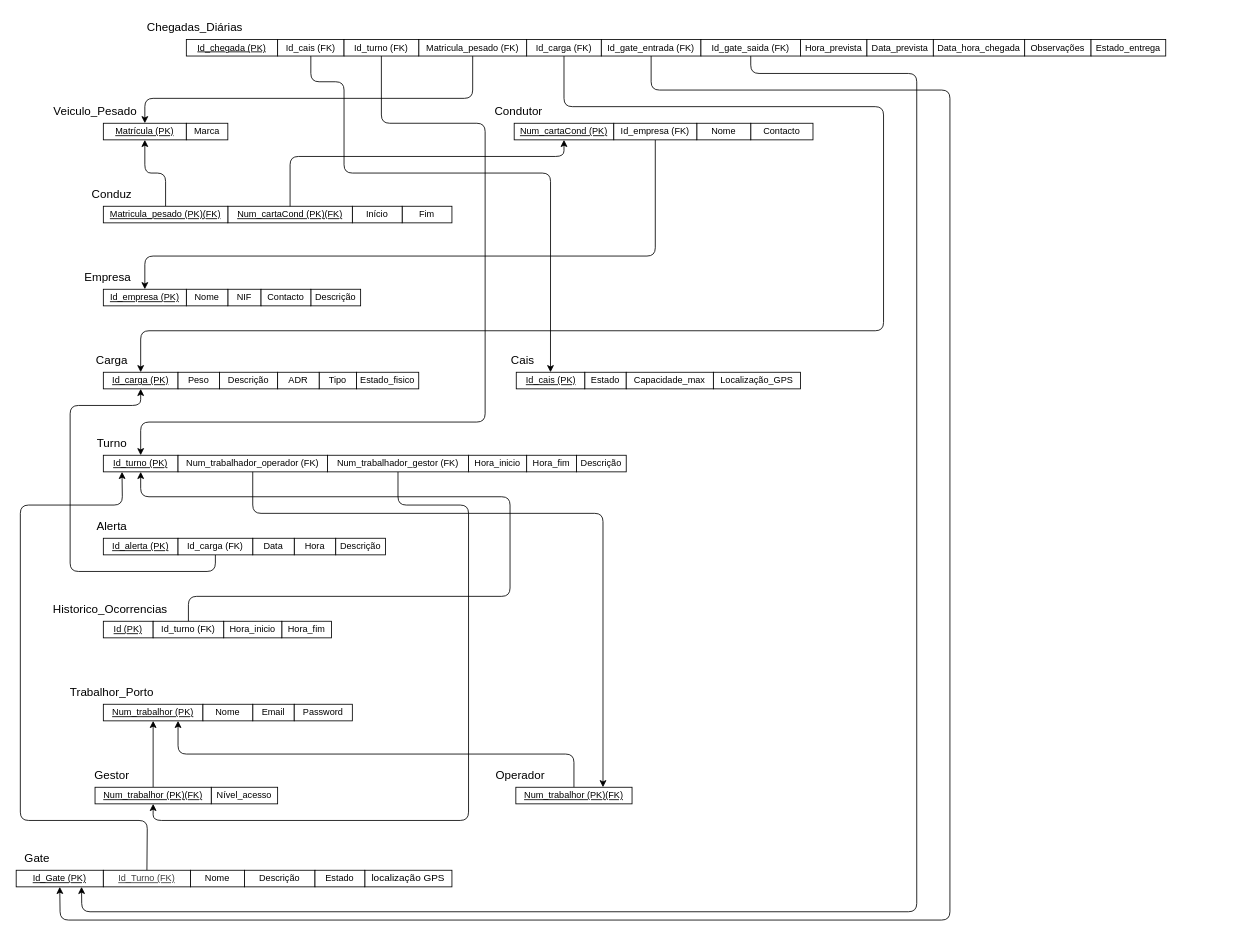
PEI-HAZARDS/IntelligentLogistics keeps this draw.io diagram as docs/BD/Relacional/ER-BD-IntelligentLogistics.drawio. Above is the earlier version. Source tidied: cells renumbered, new cells numbered last; positions are measured from the earlier drawing's top-left corner, leaving out a move shared by most shapes. Both pictures are drawn from the tidied source at 83%, with x=0, y=0 at pixel (16, 14).
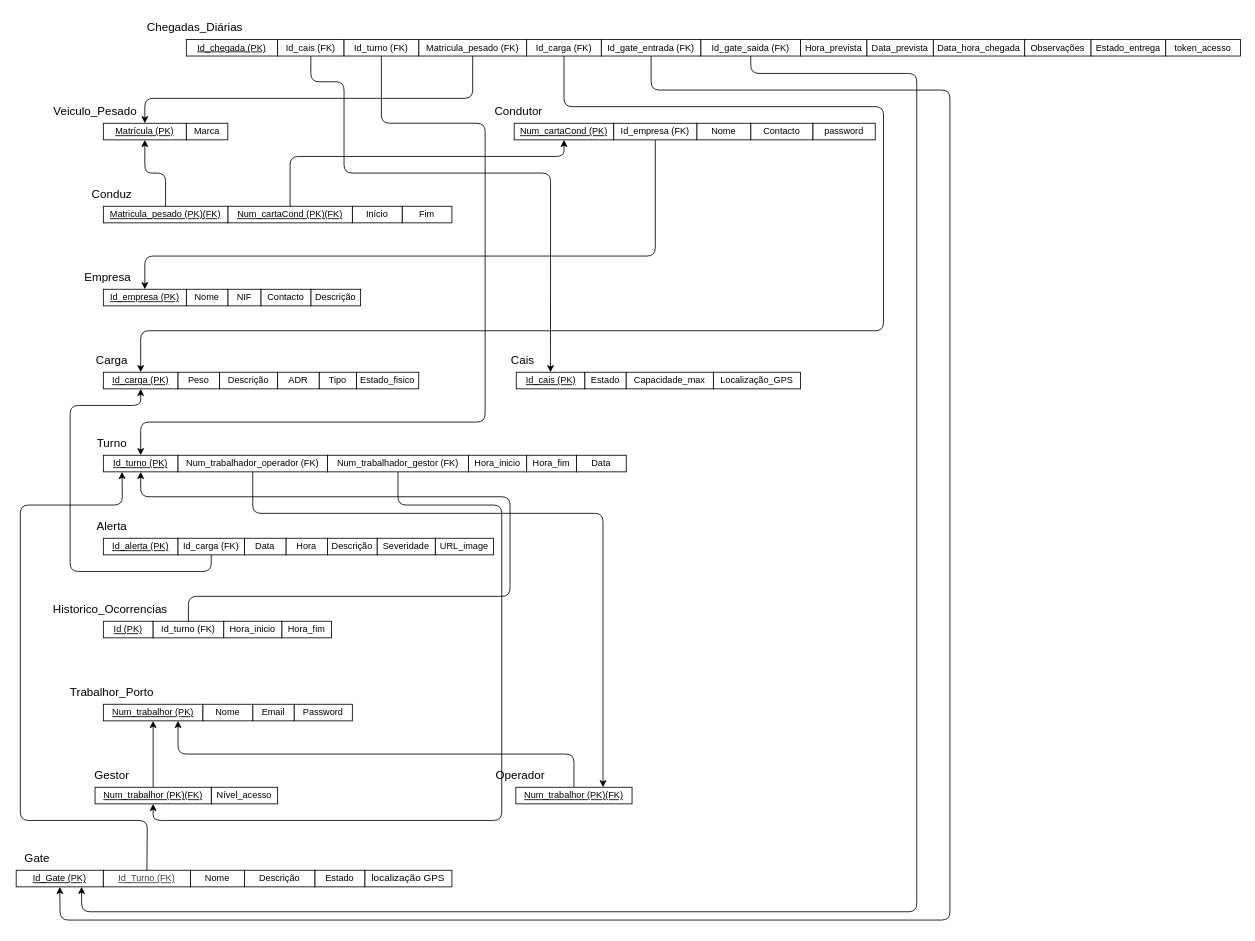
The same page after the edit.

Unchanged cells that the change refers to:
```xml
<mxCell id="19" value="&lt;u&gt;&lt;font style=&quot;font-size: 11px;&quot;&gt;Id_carga (PK)&lt;/font&gt;&lt;/u&gt;" style="rounded=0;whiteSpace=wrap;html=1;" parent="1" vertex="1">
  <mxGeometry x="105" y="431" width="90" height="20" as="geometry" />
</mxCell>
<mxCell id="78" value="&lt;font style=&quot;font-size: 11px;&quot;&gt;Num_trabalhador_gestor (FK)&lt;/font&gt;" style="rounded=0;whiteSpace=wrap;html=1;" parent="1" vertex="1">
  <mxGeometry x="375" y="531" width="170" height="20" as="geometry" />
</mxCell>
<mxCell id="84" value="&lt;font style=&quot;font-size: 11px;&quot;&gt;&lt;u&gt;Num_trabalhor (PK)(FK)&lt;/u&gt;&lt;/font&gt;" style="rounded=0;whiteSpace=wrap;html=1;" parent="1" vertex="1">
  <mxGeometry x="95" y="931" width="140" height="20" as="geometry" />
</mxCell>
```

Change to the diagram source:
```diff
@@
-    <mxCell id="42" value="&lt;font style=&quot;font-size: 11px;&quot;&gt;Descrição&lt;/font&gt;" style="rounded=0;whiteSpace=wrap;html=1;" parent="1" vertex="1">
+    <mxCell id="42" value="&lt;span style=&quot;font-size: 11px;&quot;&gt;Data&lt;/span&gt;" style="rounded=0;whiteSpace=wrap;html=1;" parent="1" vertex="1">
       <mxGeometry x="675" y="531" width="60" height="20" as="geometry" />
     </mxCell>
@@
     <mxCell id="49" value="&lt;font style=&quot;font-size: 11px;&quot;&gt;Hora&lt;/font&gt;" style="rounded=0;whiteSpace=wrap;html=1;" parent="1" vertex="1">
-      <mxGeometry x="335" y="631" width="50" height="20" as="geometry" />
+      <mxGeometry x="325" y="631" width="50" height="20" as="geometry" />
     </mxCell>
     <mxCell id="50" value="&lt;font style=&quot;font-size: 11px;&quot;&gt;Data&lt;/font&gt;" style="rounded=0;whiteSpace=wrap;html=1;" parent="1" vertex="1">
-      <mxGeometry x="285" y="631" width="50" height="20" as="geometry" />
+      <mxGeometry x="275" y="631" width="50" height="20" as="geometry" />
     </mxCell>
@@
     <mxCell id="60" value="&lt;font style=&quot;font-size: 11px;&quot;&gt;Descrição&lt;/font&gt;" style="rounded=0;whiteSpace=wrap;html=1;" parent="1" vertex="1">
-      <mxGeometry x="385" y="631" width="60" height="20" as="geometry" />
+      <mxGeometry x="375" y="631" width="60" height="20" as="geometry" />
     </mxCell>
@@
     <mxCell id="77" style="edgeStyle=orthogonalEdgeStyle;html=1;exitX=0.5;exitY=1;exitDx=0;exitDy=0;entryX=0.5;entryY=1;entryDx=0;entryDy=0;" parent="1" edge="1" source="78" target="84">
       <mxGeometry relative="1" as="geometry">
         <Array as="points">
           <mxPoint x="460" y="591" />
-          <mxPoint x="545" y="591" />
-          <mxPoint x="545" y="971" />
+          <mxPoint x="585" y="591" />
+          <mxPoint x="585" y="971" />
           <mxPoint x="165" y="971" />
         </Array>
       </mxGeometry>
     </mxCell>
@@
     <mxCell id="79" style="edgeStyle=orthogonalEdgeStyle;html=1;exitX=0.5;exitY=1;exitDx=0;exitDy=0;entryX=0.5;entryY=1;entryDx=0;entryDy=0;" parent="1" edge="1" source="80" target="19">
       <mxGeometry relative="1" as="geometry">
         <Array as="points">
-          <mxPoint x="240" y="671" />
+          <mxPoint x="235" y="671" />
           <mxPoint x="65" y="671" />
           <mxPoint x="65" y="471" />
           <mxPoint x="150" y="471" />
         </Array>
       </mxGeometry>
     </mxCell>
     <mxCell id="80" value="&lt;font style=&quot;font-size: 11px;&quot;&gt;Id_carga (FK)&lt;/font&gt;" style="rounded=0;whiteSpace=wrap;html=1;" parent="1" vertex="1">
-      <mxGeometry x="195" y="631" width="90" height="20" as="geometry" />
+      <mxGeometry x="195" y="631" width="80" height="20" as="geometry" />
     </mxCell>
@@
+    <mxCell id="97" value="&lt;font style=&quot;font-size: 11px;&quot;&gt;Severidade&lt;/font&gt;" style="rounded=0;whiteSpace=wrap;html=1;" parent="1" vertex="1">
+      <mxGeometry x="435" y="631" width="70" height="20" as="geometry" />
+    </mxCell>
+    <mxCell id="98" value="&lt;font style=&quot;font-size: 11px;&quot;&gt;URL_image&lt;/font&gt;" style="rounded=0;whiteSpace=wrap;html=1;" parent="1" vertex="1">
+      <mxGeometry x="505" y="631" width="70" height="20" as="geometry" />
+    </mxCell>
+    <mxCell id="99" value="&lt;font style=&quot;font-size: 11px;&quot;&gt;password&lt;/font&gt;" style="rounded=0;whiteSpace=wrap;html=1;" parent="1" vertex="1">
+      <mxGeometry x="960" y="131" width="75" height="20" as="geometry" />
+    </mxCell>
+    <mxCell id="100" value="&lt;font style=&quot;font-size: 11px;&quot;&gt;token_acesso&lt;/font&gt;" style="rounded=0;whiteSpace=wrap;html=1;" parent="1" vertex="1">
+      <mxGeometry x="1385" y="30" width="90" height="20" as="geometry" />
+    </mxCell>
```
